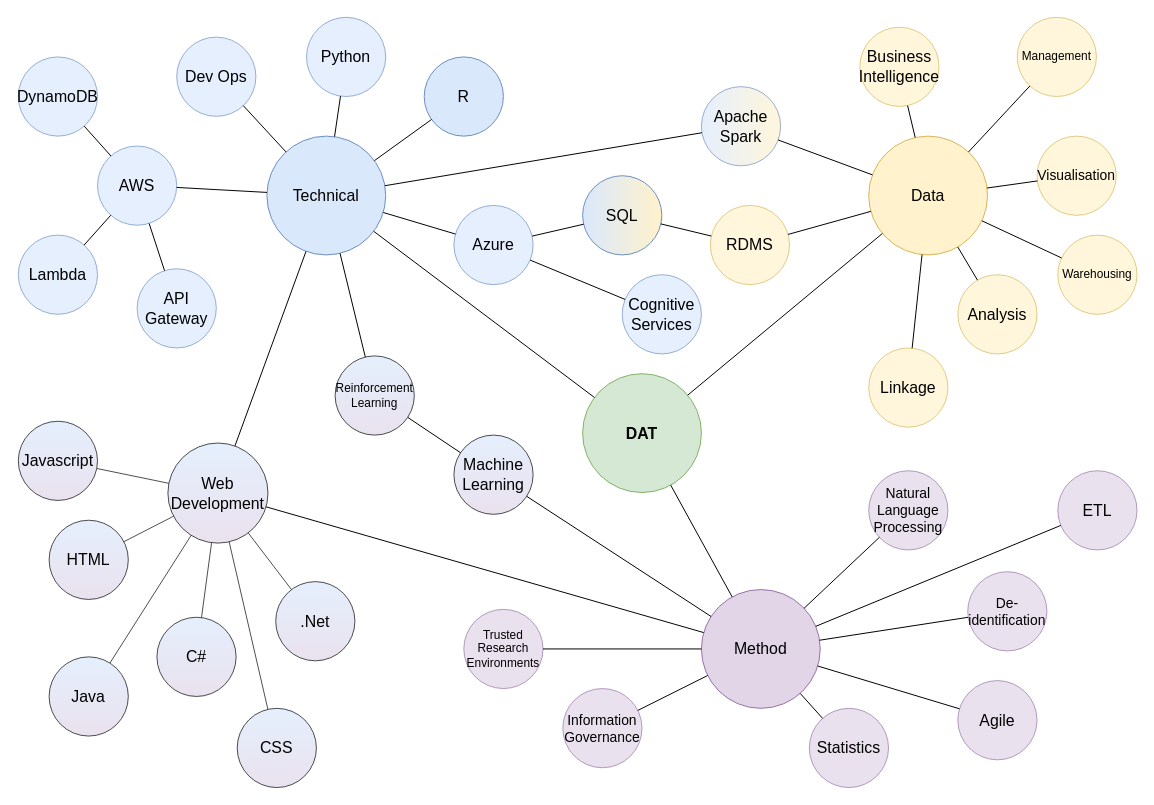
This is images/dat/dat_skills.drawio from LIDA-Data-Analytics-Team/laserdocs_test, a draw.io file, before an edit. Source tidied: cells renumbered, new cells numbered last; positions are measured from the earlier drawing's top-left corner, leaving out a move shared by most shapes. Both pictures are drawn from the tidied source at 99%, with x=0, y=0 at pixel (18, 17).
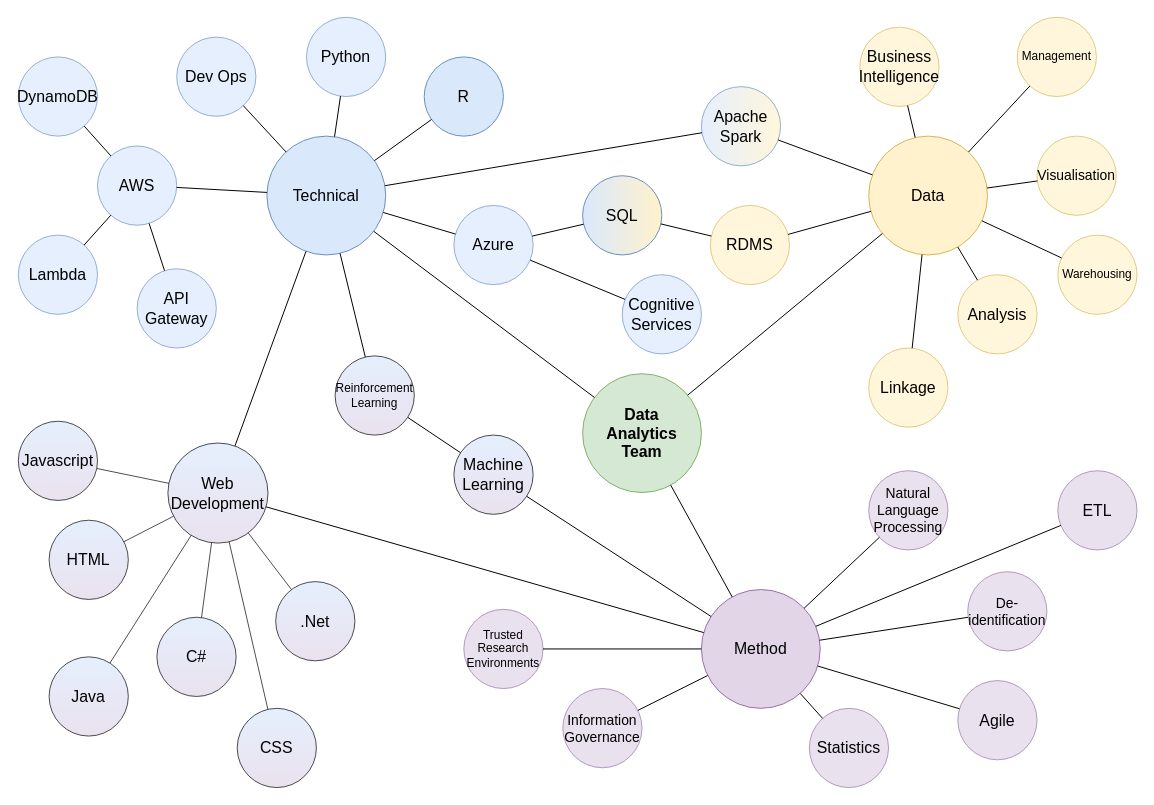
Above is the later version.

Change to the diagram source:
```diff
@@
-    <mxCell id="2" value="DAT" style="ellipse;whiteSpace=wrap;html=1;fillColor=#d5e8d4;strokeColor=#82b366;fontSize=16;fontStyle=1;" parent="1" vertex="1">
+    <mxCell id="2" value="Data &lt;br&gt;Analytics &lt;br&gt;Team" style="ellipse;whiteSpace=wrap;html=1;fillColor=#d5e8d4;strokeColor=#82b366;fontSize=16;fontStyle=1;" parent="1" vertex="1">
       <mxGeometry x="570" y="360" width="120" height="120" as="geometry" />
     </mxCell>
```
